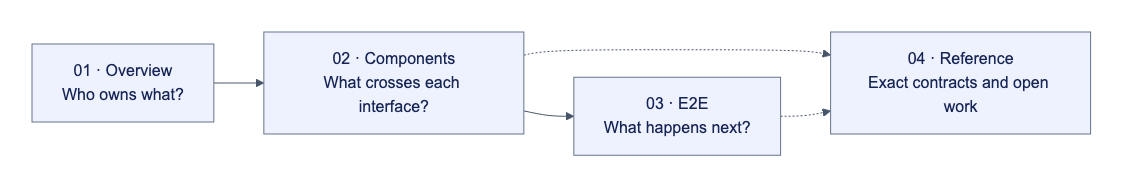
Above: docs/assets/diagrams/diagram-22.png in djm07073/baton (Mermaid), before the change. Its source is kept beside it as docs/assets/diagrams/diagram-22.mmd.
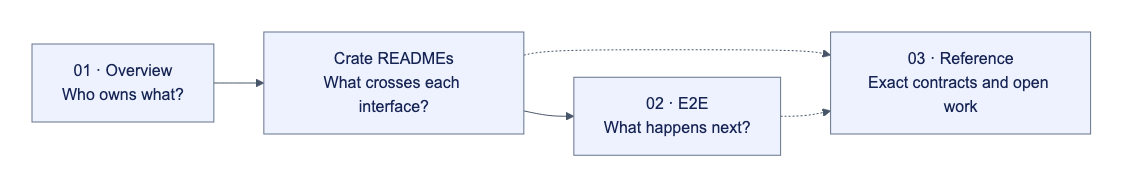
The same diagram one commit later.

What changed in the source:
```diff
@@ -1,5 +1,5 @@
 flowchart LR
-    A["01 · Overview<br/>Who owns what?"] --> B["02 · Components<br/>What crosses each interface?"]
-    B --> C["03 · E2E<br/>What happens next?"]
-    B -.-> D["04 · Reference<br/>Exact contracts and open work"]
+    A["01 · Overview<br/>Who owns what?"] --> B["Crate READMEs<br/>What crosses each interface?"]
+    B --> C["02 · E2E<br/>What happens next?"]
+    B -.-> D["03 · Reference<br/>Exact contracts and open work"]
     C -.-> D
```
